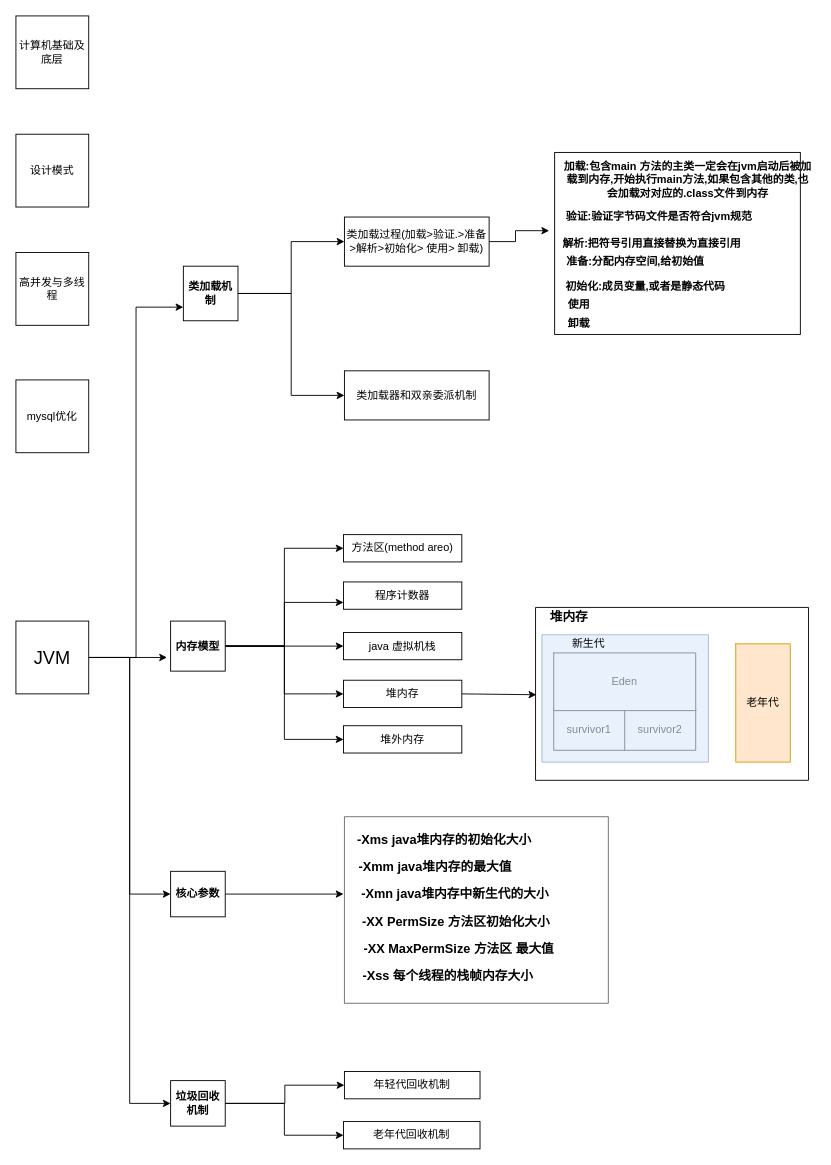
Before: 提纲.drawio in yuchunyi/test1, a draw.io diagram. Source tidied: cells renumbered, new cells numbered last; positions are measured from the earlier drawing's top-left corner, leaving out a move shared by most shapes. Both pictures are drawn from the tidied source at 91%, with x=0, y=0 at pixel (15, 15).
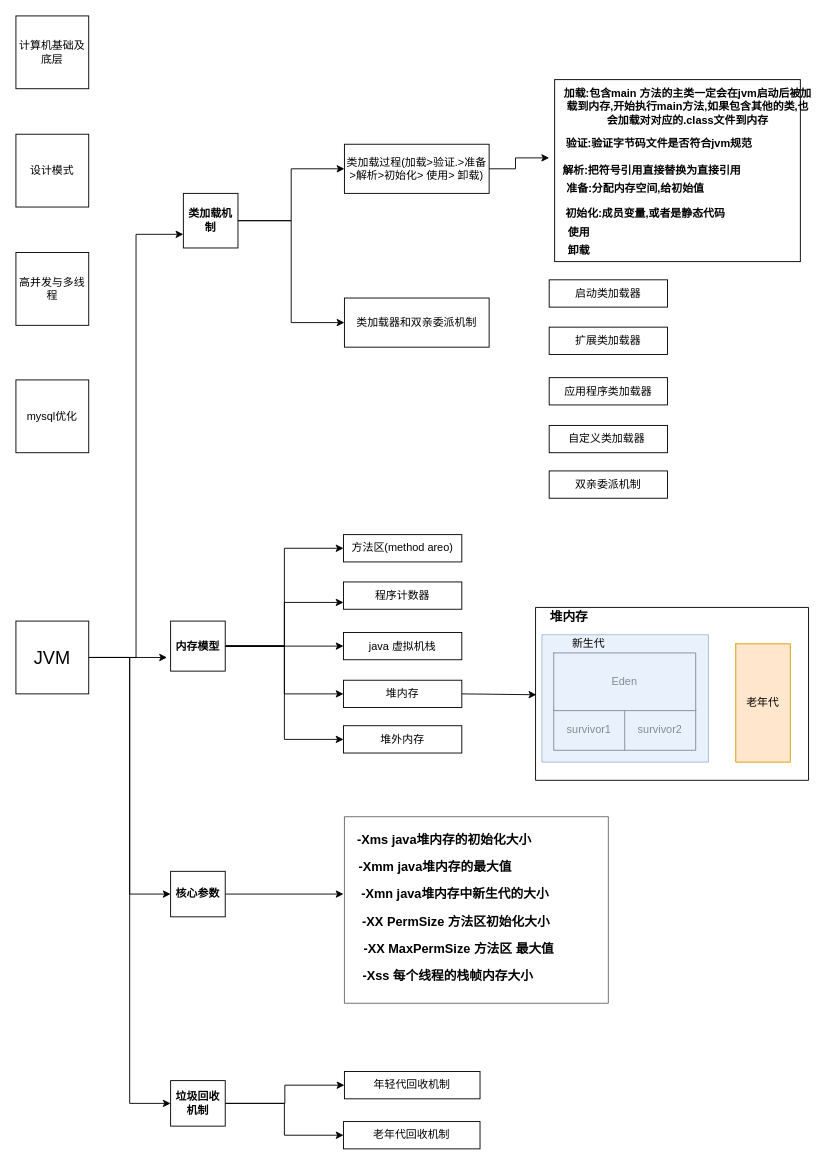
The same diagram, later.

Change to the diagram source:
```diff
@@
     <mxCell id="29" value="&lt;b&gt;类加载机制&lt;/b&gt;" style="rounded=0;whiteSpace=wrap;html=1;" parent="1" vertex="1">
-      <mxGeometry x="184" y="275" width="60" height="60" as="geometry" />
+      <mxGeometry x="184" y="195" width="60" height="60" as="geometry" />
     </mxCell>
@@
     <mxCell id="55" value="类加载过程(加载&amp;gt;验证.&amp;gt;准备&amp;gt;解析&amp;gt;初始化&amp;gt; 使用&amp;gt; 卸载)" style="rounded=0;whiteSpace=wrap;html=1;" parent="1" vertex="1">
-      <mxGeometry x="361" y="221" width="159" height="54" as="geometry" />
+      <mxGeometry x="361" y="141" width="159" height="54" as="geometry" />
     </mxCell>
     <mxCell id="56" style="rounded=0;whiteSpace=wrap;html=1;" parent="1" vertex="1">
-      <mxGeometry x="592" y="150" width="270" height="200" as="geometry" />
+      <mxGeometry x="592" y="70" width="270" height="200" as="geometry" />
     </mxCell>
     <mxCell id="57" value="加载:包含main 方法的主类一定会在jvm启动后被加载到内存,开始执行main方法,如果包含其他的类,也会加载对对应的.class文件到内存" style="text;html=1;strokeColor=none;fillColor=none;align=center;verticalAlign=middle;whiteSpace=wrap;rounded=0;fontStyle=1;" parent="1" vertex="1">
-      <mxGeometry x="599" y="170" width="279" height="20" as="geometry" />
+      <mxGeometry x="599" y="90" width="279" height="20" as="geometry" />
     </mxCell>
     <mxCell id="58" value="验证:验证字节码文件是否符合jvm规范" style="text;html=1;strokeColor=none;fillColor=none;align=center;verticalAlign=middle;whiteSpace=wrap;rounded=0;fontStyle=1;" parent="1" vertex="1">
-      <mxGeometry x="571" y="211" width="272" height="20" as="geometry" />
+      <mxGeometry x="571" y="131" width="272" height="20" as="geometry" />
     </mxCell>
     <mxCell id="59" value="准备:分配内存空间,给初始值" style="text;html=1;strokeColor=none;fillColor=none;align=center;verticalAlign=middle;whiteSpace=wrap;rounded=0;fontStyle=1;" parent="1" vertex="1">
-      <mxGeometry x="586" y="260" width="190" height="20" as="geometry" />
+      <mxGeometry x="586" y="180" width="190" height="20" as="geometry" />
     </mxCell>
     <mxCell id="60" value="解析:把符号引用直接替换为直接引用" style="text;html=1;strokeColor=none;fillColor=none;align=center;verticalAlign=middle;whiteSpace=wrap;rounded=0;fontStyle=1;" parent="1" vertex="1">
-      <mxGeometry x="578" y="240" width="242" height="20" as="geometry" />
+      <mxGeometry x="578" y="160" width="242" height="20" as="geometry" />
     </mxCell>
     <mxCell id="61" value="初始化:成员变量,或者是静态代码" style="text;html=1;strokeColor=none;fillColor=none;align=center;verticalAlign=middle;whiteSpace=wrap;rounded=0;fontStyle=1;" parent="1" vertex="1">
-      <mxGeometry x="586" y="288" width="212" height="20" as="geometry" />
+      <mxGeometry x="586" y="208" width="212" height="20" as="geometry" />
     </mxCell>
     <mxCell id="62" value="卸载" style="text;html=1;strokeColor=none;fillColor=none;align=center;verticalAlign=middle;whiteSpace=wrap;rounded=0;fontStyle=1;" parent="1" vertex="1">
-      <mxGeometry x="599" y="328" width="40" height="20" as="geometry" />
+      <mxGeometry x="599" y="248" width="40" height="20" as="geometry" />
     </mxCell>
     <mxCell id="63" value="使用" style="text;html=1;strokeColor=none;fillColor=none;align=center;verticalAlign=middle;whiteSpace=wrap;rounded=0;fontStyle=1;" parent="1" vertex="1">
-      <mxGeometry x="599" y="308" width="40" height="20" as="geometry" />
+      <mxGeometry x="599" y="228" width="40" height="20" as="geometry" />
     </mxCell>
     <mxCell id="64" value="类加载器和双亲委派机制" style="rounded=0;whiteSpace=wrap;html=1;" parent="1" vertex="1">
-      <mxGeometry x="361" y="390" width="159" height="54" as="geometry" />
+      <mxGeometry x="361" y="310" width="159" height="54" as="geometry" />
     </mxCell>
+    <mxCell id="65" value="自定义类加载器&amp;nbsp;" style="rounded=0;whiteSpace=wrap;html=1;" parent="1" vertex="1">
+      <mxGeometry x="586" y="450" width="130" height="30" as="geometry" />
+    </mxCell>
+    <mxCell id="66" value="应用程序类加载器" style="rounded=0;whiteSpace=wrap;html=1;" parent="1" vertex="1">
+      <mxGeometry x="586" y="397.5" width="130" height="30" as="geometry" />
+    </mxCell>
+    <mxCell id="67" value="扩展类加载器" style="rounded=0;whiteSpace=wrap;html=1;" parent="1" vertex="1">
+      <mxGeometry x="586" y="342" width="130" height="30" as="geometry" />
+    </mxCell>
+    <mxCell id="68" value="启动类加载器" style="rounded=0;whiteSpace=wrap;html=1;" parent="1" vertex="1">
+      <mxGeometry x="586" y="290" width="130" height="30" as="geometry" />
+    </mxCell>
+    <mxCell id="69" value="双亲委派机制" style="rounded=0;whiteSpace=wrap;html=1;" parent="1" vertex="1">
+      <mxGeometry x="586" y="500" width="130" height="30" as="geometry" />
+    </mxCell>
```
